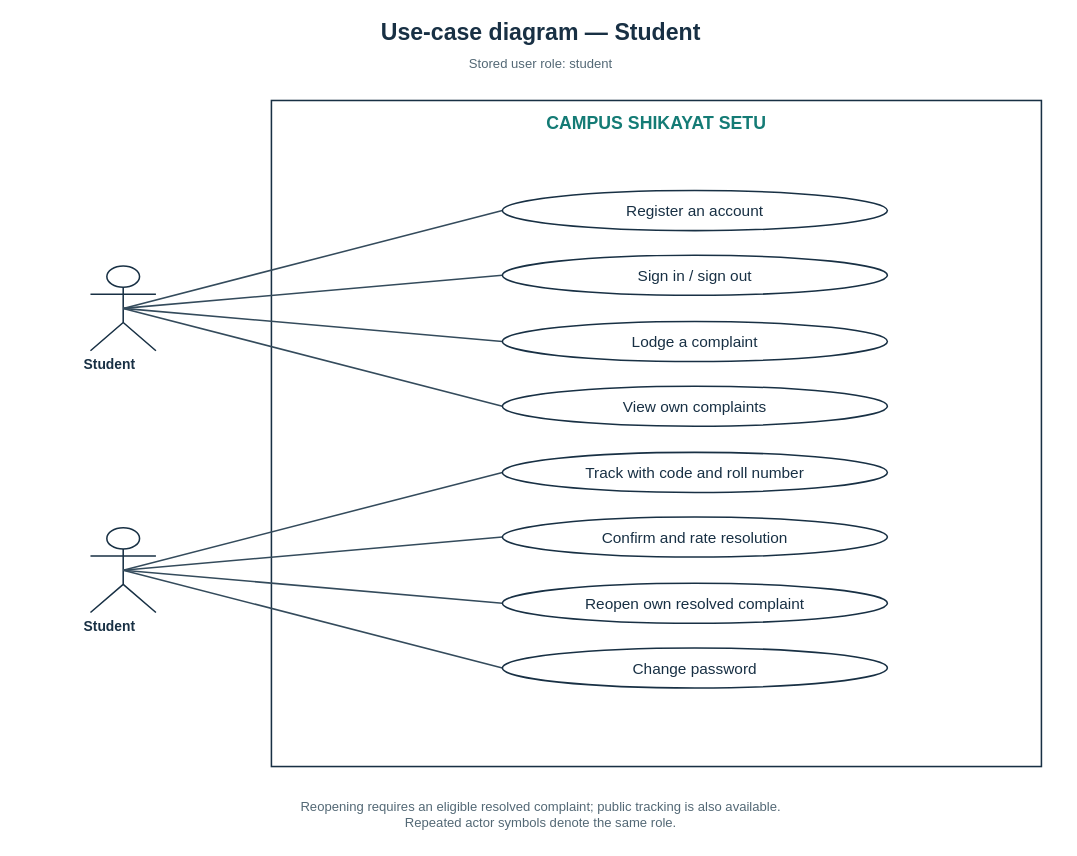
Above: page "Student" (1 of 4) of shikayat-setu/report/diagrams/fig-usecase.drawio in Yashwant-git392/Yashwant-git392 (draw.io), before the change. Source tidied: cells renumbered, new cells numbered last; positions are measured from the earlier drawing's top-left corner, leaving out a move shared by most shapes. Both pictures are drawn from the tidied source at 77%, with x=0, y=0 at pixel (13, 13).
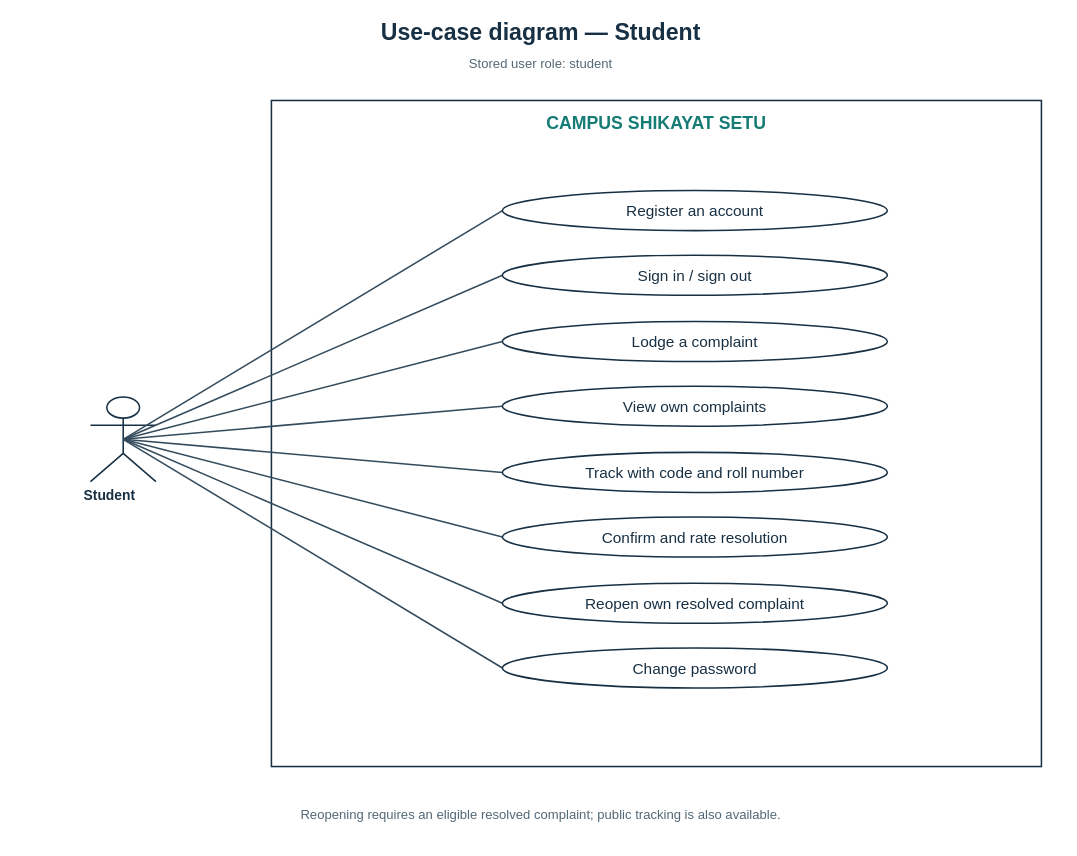
The same page after the edit.

Diff of the diagram source:
```diff
@@
     <mxCell id="6" style="shape=umlActor;html=0;fillColor=white;strokeColor=#183044;strokeWidth=2;" parent="1" vertex="1">
-      <mxGeometry x="100" y="328" width="85" height="110" as="geometry" />
+      <mxGeometry x="100" y="498" width="85" height="110" as="geometry" />
     </mxCell>
     <mxCell id="7" value="Student" style="text;html=0;align=center;verticalAlign=middle;whiteSpace=wrap;strokeColor=none;fillColor=none;fontFamily=Arial;fontSize=18;fontColor=#183044;fontStyle=1;" parent="1" vertex="1">
-      <mxGeometry y="441" width="250" height="30" as="geometry" />
+      <mxGeometry y="611" width="250" height="30" as="geometry" />
     </mxCell>
@@
-    <mxCell id="16" style="shape=umlActor;html=0;fillColor=white;strokeColor=#183044;strokeWidth=2;" parent="1" vertex="1">
-      <mxGeometry x="100" y="668" width="85" height="110" as="geometry" />
+    <mxCell id="16" style="edgeStyle=none;rounded=0;strokeColor=#344b5c;strokeWidth=2;endArrow=none;endFill=0;dashed=0;exitX=0.5000;exitY=0.5000;exitPerimeter=0;entryX=0.0000;entryY=0.5000;entryPerimeter=0;" parent="1" edge="1" source="6" target="17">
+      <mxGeometry relative="1" as="geometry" />
     </mxCell>
-    <mxCell id="17" value="Student" style="text;html=0;align=center;verticalAlign=middle;whiteSpace=wrap;strokeColor=none;fillColor=none;fontFamily=Arial;fontSize=18;fontColor=#183044;fontStyle=1;" parent="1" vertex="1">
-      <mxGeometry y="781" width="250" height="30" as="geometry" />
+    <mxCell id="17" value="Track with code and roll number" style="ellipse;whiteSpace=wrap;html=0;fillColor=white;strokeColor=#183044;strokeWidth=2;fontFamily=Arial;fontSize=20;fontColor=#183044;fontStyle=0;align=center;verticalAlign=middle;" parent="1" vertex="1">
+      <mxGeometry x="635" y="570" width="500" height="52" as="geometry" />
     </mxCell>
-    <mxCell id="18" style="edgeStyle=none;rounded=0;strokeColor=#344b5c;strokeWidth=2;endArrow=none;endFill=0;dashed=0;exitX=0.5000;exitY=0.5000;exitPerimeter=0;entryX=0.0000;entryY=0.5000;entryPerimeter=0;" parent="1" edge="1" source="16" target="19">
+    <mxCell id="18" style="edgeStyle=none;rounded=0;strokeColor=#344b5c;strokeWidth=2;endArrow=none;endFill=0;dashed=0;exitX=0.5000;exitY=0.5000;exitPerimeter=0;entryX=0.0000;entryY=0.5000;entryPerimeter=0;" parent="1" edge="1" source="6" target="19">
       <mxGeometry relative="1" as="geometry" />
     </mxCell>
-    <mxCell id="19" value="Track with code and roll number" style="ellipse;whiteSpace=wrap;html=0;fillColor=white;strokeColor=#183044;strokeWidth=2;fontFamily=Arial;fontSize=20;fontColor=#183044;fontStyle=0;align=center;verticalAlign=middle;" parent="1" vertex="1">
-      <mxGeometry x="635" y="570" width="500" height="52" as="geometry" />
+    <mxCell id="19" value="Confirm and rate resolution" style="ellipse;whiteSpace=wrap;html=0;fillColor=white;strokeColor=#183044;strokeWidth=2;fontFamily=Arial;fontSize=20;fontColor=#183044;fontStyle=0;align=center;verticalAlign=middle;" parent="1" vertex="1">
+      <mxGeometry x="635" y="654" width="500" height="52" as="geometry" />
     </mxCell>
-    <mxCell id="20" style="edgeStyle=none;rounded=0;strokeColor=#344b5c;strokeWidth=2;endArrow=none;endFill=0;dashed=0;exitX=0.5000;exitY=0.5000;exitPerimeter=0;entryX=0.0000;entryY=0.5000;entryPerimeter=0;" parent="1" edge="1" source="16" target="21">
+    <mxCell id="20" style="edgeStyle=none;rounded=0;strokeColor=#344b5c;strokeWidth=2;endArrow=none;endFill=0;dashed=0;exitX=0.5000;exitY=0.5000;exitPerimeter=0;entryX=0.0000;entryY=0.5000;entryPerimeter=0;" parent="1" edge="1" source="6" target="21">
       <mxGeometry relative="1" as="geometry" />
     </mxCell>
-    <mxCell id="21" value="Confirm and rate resolution" style="ellipse;whiteSpace=wrap;html=0;fillColor=white;strokeColor=#183044;strokeWidth=2;fontFamily=Arial;fontSize=20;fontColor=#183044;fontStyle=0;align=center;verticalAlign=middle;" parent="1" vertex="1">
-      <mxGeometry x="635" y="654" width="500" height="52" as="geometry" />
+    <mxCell id="21" value="Reopen own resolved complaint" style="ellipse;whiteSpace=wrap;html=0;fillColor=white;strokeColor=#183044;strokeWidth=2;fontFamily=Arial;fontSize=20;fontColor=#183044;fontStyle=0;align=center;verticalAlign=middle;" parent="1" vertex="1">
+      <mxGeometry x="635" y="740" width="500" height="52" as="geometry" />
     </mxCell>
-    <mxCell id="22" style="edgeStyle=none;rounded=0;strokeColor=#344b5c;strokeWidth=2;endArrow=none;endFill=0;dashed=0;exitX=0.5000;exitY=0.5000;exitPerimeter=0;entryX=0.0000;entryY=0.5000;entryPerimeter=0;" parent="1" edge="1" source="16" target="23">
+    <mxCell id="22" style="edgeStyle=none;rounded=0;strokeColor=#344b5c;strokeWidth=2;endArrow=none;endFill=0;dashed=0;exitX=0.5000;exitY=0.5000;exitPerimeter=0;entryX=0.0000;entryY=0.5000;entryPerimeter=0;" parent="1" edge="1" source="6" target="23">
       <mxGeometry relative="1" as="geometry" />
     </mxCell>
-    <mxCell id="23" value="Reopen own resolved complaint" style="ellipse;whiteSpace=wrap;html=0;fillColor=white;strokeColor=#183044;strokeWidth=2;fontFamily=Arial;fontSize=20;fontColor=#183044;fontStyle=0;align=center;verticalAlign=middle;" parent="1" vertex="1">
-      <mxGeometry x="635" y="740" width="500" height="52" as="geometry" />
+    <mxCell id="23" value="Change password" style="ellipse;whiteSpace=wrap;html=0;fillColor=white;strokeColor=#183044;strokeWidth=2;fontFamily=Arial;fontSize=20;fontColor=#183044;fontStyle=0;align=center;verticalAlign=middle;" parent="1" vertex="1">
+      <mxGeometry x="635" y="824" width="500" height="52" as="geometry" />
     </mxCell>
-    <mxCell id="24" style="edgeStyle=none;rounded=0;strokeColor=#344b5c;strokeWidth=2;endArrow=none;endFill=0;dashed=0;exitX=0.5000;exitY=0.5000;exitPerimeter=0;entryX=0.0000;entryY=0.5000;entryPerimeter=0;" parent="1" edge="1" source="16" target="25">
-      <mxGeometry relative="1" as="geometry" />
+    <mxCell id="24" value="Reopening requires an eligible resolved complaint; public tracking is also available." style="text;html=0;align=center;verticalAlign=middle;whiteSpace=wrap;strokeColor=none;fillColor=none;fontFamily=Arial;fontSize=17;fontColor=#536875;fontStyle=0;" parent="1" vertex="1">
+      <mxGeometry x="5" y="1003" width="1360" height="75" as="geometry" />
     </mxCell>
-    <mxCell id="25" value="Change password" style="ellipse;whiteSpace=wrap;html=0;fillColor=white;strokeColor=#183044;strokeWidth=2;fontFamily=Arial;fontSize=20;fontColor=#183044;fontStyle=0;align=center;verticalAlign=middle;" parent="1" vertex="1">
-      <mxGeometry x="635" y="824" width="500" height="52" as="geometry" />
-    </mxCell>
-    <mxCell id="26" value="Reopening requires an eligible resolved complaint; public tracking is also available.&#10;Repeated actor symbols denote the same role." style="text;html=0;align=center;verticalAlign=middle;whiteSpace=wrap;strokeColor=none;fillColor=none;fontFamily=Arial;fontSize=17;fontColor=#536875;fontStyle=0;" parent="1" vertex="1">
-      <mxGeometry x="5" y="1003" width="1360" height="75" as="geometry" />
-    </mxCell>
```
